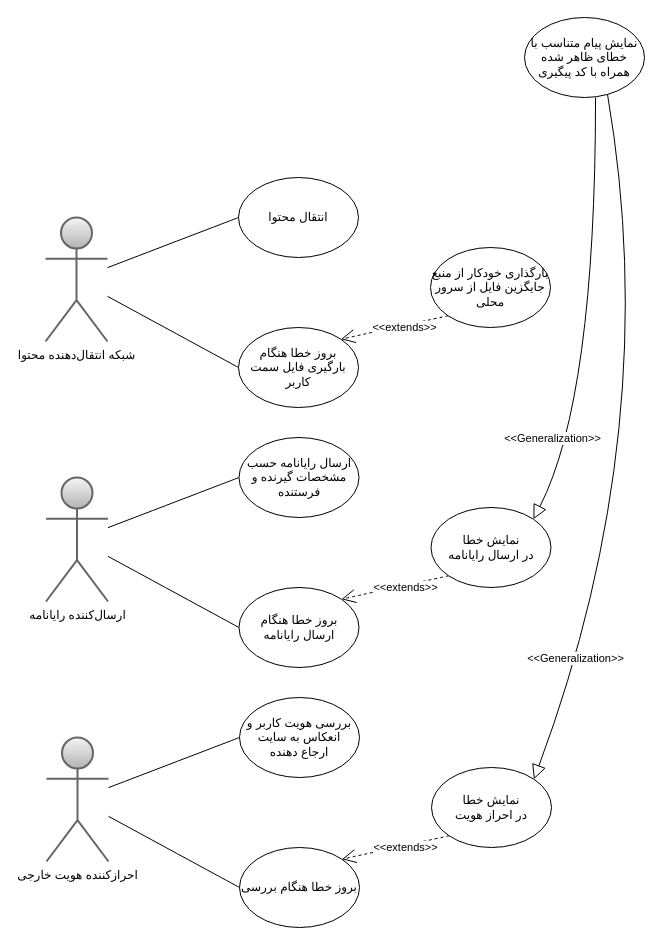
The draw.io diagram page "Servers: CDN, Email, Authenticator" (7 of 7) of docs/AlirezaRezaee.Web/Diagrams/UseCaseDiagrams.drawio in alireza-rezaee/PersonalNotes, before the edit. Source tidied: cells renumbered, new cells numbered last; positions are measured from the earlier drawing's top-left corner, leaving out a move shared by most shapes. Both pictures are drawn from the tidied source at 100%, with x=0, y=0 at pixel (45, 17).
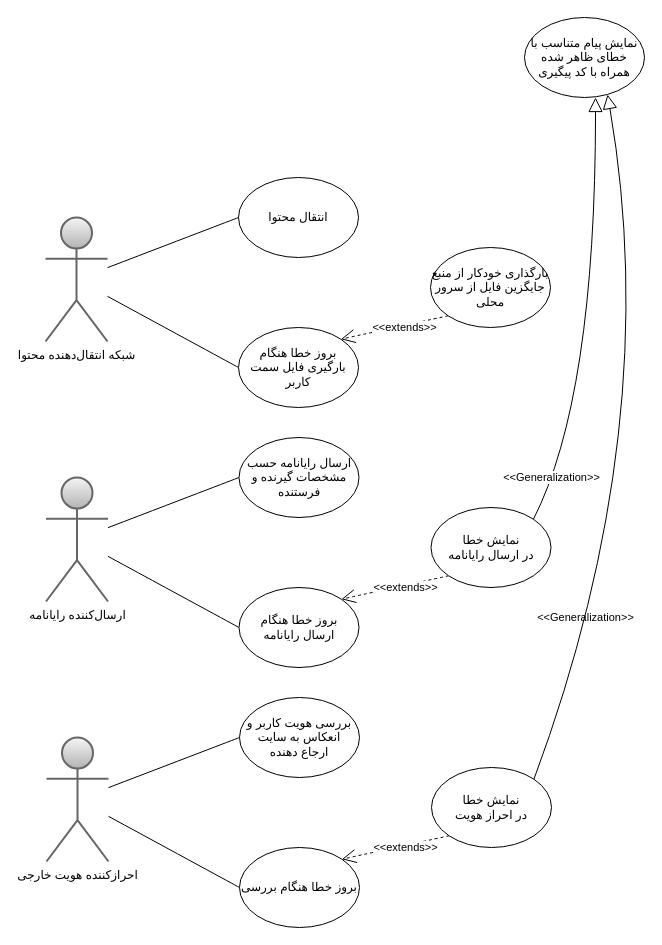
Above is the later version.

Unchanged cells that the change refers to:
```xml
<mxCell id="17" value="&lt;font face=&quot;iransans&quot;&gt;نمایش خطا&lt;br&gt;در ارسال رایانامه&lt;br&gt;&lt;/font&gt;" style="ellipse;whiteSpace=wrap;html=1;" parent="1" vertex="1">
  <mxGeometry x="385.5" y="490" width="120" height="80" as="geometry" />
</mxCell>
<mxCell id="25" value="&lt;span style=&quot;font-family: &amp;#34;iransans&amp;#34;&quot;&gt;نمایش خطا&lt;br&gt;در احراز هویت&lt;br&gt;&lt;/span&gt;" style="ellipse;whiteSpace=wrap;html=1;" parent="1" vertex="1">
  <mxGeometry x="386" y="750" width="120" height="80" as="geometry" />
</mxCell>
<mxCell id="26" value="&lt;span style=&quot;font-family: &amp;#34;iransans&amp;#34;&quot;&gt;نمایش پیام متناسب با خطای ظاهر شده همراه با کد پیگیری&lt;/span&gt;" style="ellipse;whiteSpace=wrap;html=1;" parent="1" vertex="1">
  <mxGeometry x="479" width="120" height="80" as="geometry" />
</mxCell>
```

What changed in the source:
```diff
@@
-    <mxCell id="27" style="edgeStyle=none;curved=1;sketch=0;jettySize=auto;html=1;exitX=0.592;exitY=1;exitDx=0;exitDy=0;entryX=1;entryY=0;entryDx=0;entryDy=0;startArrow=none;startFill=0;startSize=14;endArrow=block;endFill=0;endSize=12;exitPerimeter=0;" parent="1" edge="1" source="26" target="17">
+    <mxCell id="27" style="edgeStyle=none;curved=1;sketch=0;jettySize=auto;html=1;exitX=1;exitY=0;exitDx=0;exitDy=0;entryX=0.592;entryY=1;entryDx=0;entryDy=0;startArrow=none;startFill=0;startSize=14;endArrow=block;endFill=0;endSize=12;entryPerimeter=0;" parent="1" edge="1" source="17" target="26">
       <mxGeometry relative="1" as="geometry">
         <Array as="points">
           <mxPoint x="550" y="380" />
         </Array>
       </mxGeometry>
     </mxCell>
     <mxCell id="28" value="&amp;lt;&amp;lt;Generalization&amp;gt;&amp;gt;" style="edgeLabel;html=1;align=center;verticalAlign=middle;" parent="27" vertex="1">
       <mxGeometry x="-0.36" y="-1" relative="1" as="geometry">
-        <mxPoint x="-43" y="201" as="offset" />
+        <mxPoint x="-12" y="222.4" as="offset" />
       </mxGeometry>
     </mxCell>
-    <mxCell id="29" style="edgeStyle=none;curved=1;sketch=0;jettySize=auto;html=1;exitX=0.692;exitY=0.963;exitDx=0;exitDy=0;entryX=1;entryY=0;entryDx=0;entryDy=0;startArrow=none;startFill=0;startSize=14;endArrow=block;endFill=0;endSize=12;exitPerimeter=0;" parent="1" edge="1" source="26" target="25">
+    <mxCell id="29" style="edgeStyle=none;curved=1;sketch=0;jettySize=auto;html=1;exitX=1;exitY=0;exitDx=0;exitDy=0;entryX=0.692;entryY=0.963;entryDx=0;entryDy=0;startArrow=none;startFill=0;startSize=14;endArrow=block;endFill=0;endSize=12;entryPerimeter=0;" parent="1" edge="1" source="25" target="26">
       <mxGeometry relative="1" as="geometry">
         <Array as="points">
           <mxPoint x="619" y="410" />
         </Array>
       </mxGeometry>
     </mxCell>
     <mxCell id="30" value="&amp;lt;&amp;lt;Generalization&amp;gt;&amp;gt;" style="edgeLabel;html=1;align=center;verticalAlign=middle;" parent="29" vertex="1">
       <mxGeometry x="-0.36" y="-1" relative="1" as="geometry">
-        <mxPoint x="-70.3" y="339" as="offset" />
+        <mxPoint x="-63.4" y="-89.3" as="offset" />
       </mxGeometry>
     </mxCell>
```
